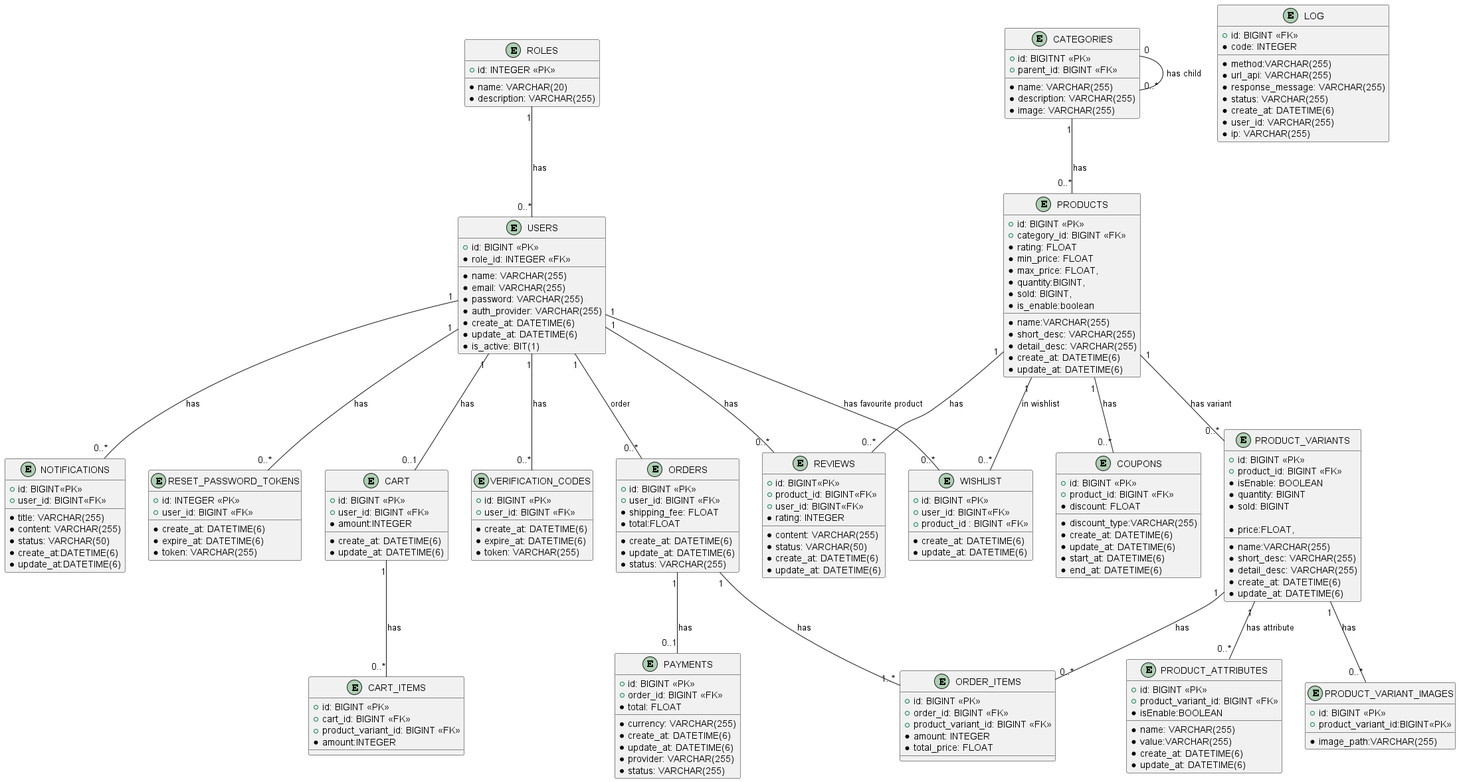
The PlantUML diagram out/data_diagram/data_diagram.png in BinhUIT/web_ban_hang, before a commit. The source it was exported from:
```plantuml
@startuml
entity "USERS" {
+id: BIGINT <<PK>>
*name: VARCHAR(255)
*email: VARCHAR(255)
*password: VARCHAR(255)
*auth_provider: VARCHAR(255)
*role_id: INTEGER <<FK>>
*create_at: DATETIME(6)
*update_at: DATETIME(6)
*is_active: BIT(1)
}
entity "VERIFICATION_CODES" {
  +id: BIGINT <<PK>>
  +user_id: BIGINT <<FK>>
  *create_at: DATETIME(6)
  *expire_at: DATETIME(6)
  *token: VARCHAR(255)
}
USERS "1" -- "0..*" VERIFICATION_CODES : has
entity "ROLES" {
+id: INTEGER <<PK>>
*name: VARCHAR(20)
*description: VARCHAR(255)
}
ROLES "1" --"0..*" USERS : has
entity "RESET_PASSWORD_TOKENS" {
  +id: INTEGER <<PK>>
  +user_id: BIGINT <<FK>>
  *create_at: DATETIME(6)
  *expire_at: DATETIME(6)
  *token: VARCHAR(255)
}
USERS "1" -- "0..*" RESET_PASSWORD_TOKENS : has
entity "CATEGORIES" {
+id: BIGITNT <<PK>>
*name: VARCHAR(255)
*description: VARCHAR(255)
*image: VARCHAR(255)
+parent_id: BIGINT <<FK>>
}
CATEGORIES "0" --"0..*" CATEGORIES: has child
entity "PRODUCTS" {
+id: BIGINT <<PK>>
+category_id: BIGINT <<FK>>
*name:VARCHAR(255)
*short_desc: VARCHAR(255)
*detail_desc: VARCHAR(255)
*create_at: DATETIME(6)
*update_at: DATETIME(6)
*rating: FLOAT
*min_price: FLOAT
*max_price: FLOAT,
*quantity:BIGINT,
*sold: BIGINT,
*is_enable:boolean
}
CATEGORIES "1" -- "0..*" PRODUCTS : has
entity "PRODUCT_VARIANTS" {
+id: BIGINT <<PK>>
+product_id: BIGINT <<FK>>
*name:VARCHAR(255)
*short_desc: VARCHAR(255)
*detail_desc: VARCHAR(255)
*create_at: DATETIME(6)
*update_at: DATETIME(6)
*isEnable: BOOLEAN
*quantity: BIGINT
*sold: BIGINT

*price:FLOAT,

}

PRODUCTS "1" --"0..*" PRODUCT_VARIANTS: has variant

entity "PRODUCT_ATTRIBUTES" {
+id: BIGINT <<PK>>
+product_variant_id: BIGINT <<FK>>
*name: VARCHAR(255)
*value:VARCHAR(255)
*create_at: DATETIME(6)
*update_at: DATETIME(6)
*isEnable:BOOLEAN
}
entity "LOG" {
  +id: BIGINT <<FK>>
  *method:VARCHAR(255)
  *url_api: VARCHAR(255)
  *response_message: VARCHAR(255)
  *code: INTEGER
  *status: VARCHAR(255)
  *create_at: DATETIME(6)
  *user_id: VARCHAR(255)
  *ip: VARCHAR(255)
}



PRODUCT_VARIANTS "1" -- "0..*" PRODUCT_ATTRIBUTES: has attribute
 entity "WISHLIST" {
 +id: BIGINT <<PK>>
 +user_id: BIGINT<<FK>>
 +product_id : BIGINT <<FK>>
 *create_at: DATETIME(6)
*update_at: DATETIME(6)
 }
 USERS "1" -- "0..*" WISHLIST: has favourite product
 PRODUCTS "1" --"0..*" WISHLIST: in wishlist

 entity "CART" {
 +id: BIGINT <<PK>>
 +user_id: BIGINT <<FK>>
 *amount:INTEGER
 *create_at: DATETIME(6)
*update_at: DATETIME(6)
 }
 USERS "1" -- "0..1" CART: has
 entity "CART_ITEMS" {
 +id: BIGINT <<PK>>
 +cart_id: BIGINT <<FK>>
 +product_variant_id: BIGINT <<FK>>
 *amount:INTEGER
 }
 CART "1" -- "0..*" CART_ITEMS: has
 entity "ORDERS" {
 +id: BIGINT <<PK>>
 +user_id: BIGINT <<FK>>
 *create_at: DATETIME(6)
 *update_at: DATETIME(6)
 *status: VARCHAR(255)
 *shipping_fee: FLOAT
 *total:FLOAT
 }
 USERS "1" -- "0..*" ORDERS: order
 entity "ORDER_ITEMS" {
 +id: BIGINT <<PK>>
 +order_id: BIGINT <<FK>>
 +product_variant_id: BIGINT <<FK>>
 *amount: INTEGER
 *total_price: FLOAT
 }
 ORDERS "1" --"1..*" ORDER_ITEMS: has
 PRODUCT_VARIANTS "1" -- "0..*" ORDER_ITEMS: has
 entity "PAYMENTS" {
 +id: BIGINT <<PK>>
 +order_id: BIGINT <<FK>>
 *currency: VARCHAR(255)
 *total: FLOAT
 *create_at: DATETIME(6)
 *update_at: DATETIME(6)
 *provider: VARCHAR(255)
 *status: VARCHAR(255)
 }
 ORDERS "1" --"0..1" PAYMENTS: has

entity "COUPONS" {
  +id: BIGINT <<PK>>
  *discount_type:VARCHAR(255)
  +product_id: BIGINT <<FK>>
  *discount: FLOAT
  *create_at: DATETIME(6)
  *update_at: DATETIME(6)
  *start_at: DATETIME(6)
  *end_at: DATETIME(6)
}
PRODUCTS "1" -- "0..*" COUPONS: has

entity "REVIEWS" {
    +id: BIGINT<<PK>>
    +product_id: BIGINT<<FK>>
    +user_id: BIGINT<<FK>>
    *rating: INTEGER
    *content: VARCHAR(255)
    *status: VARCHAR(50)
    *create_at: DATETIME(6)
    *update_at: DATETIME(6)

}
entity "PRODUCT_VARIANT_IMAGES" {
  +id: BIGINT <<PK>>
  +product_variant_id:BIGINT<<PK>>
  *image_path:VARCHAR(255)
}
PRODUCT_VARIANTS "1"--"0..*" PRODUCT_VARIANT_IMAGES: has
PRODUCTS "1" -- "0..*" REVIEWS: has
USERS "1" -- "0..*" REVIEWS: has
entity "NOTIFICATIONS" {
    +id: BIGINT<<PK>>
    +user_id: BIGINT<<FK>>
    *title: VARCHAR(255)
    *content: VARCHAR(255)
    *status: VARCHAR(50)
    *create_at:DATETIME(6)
    *update_at:DATETIME(6)
}
USERS "1" --"0..*" NOTIFICATIONS: has

@enduml
```
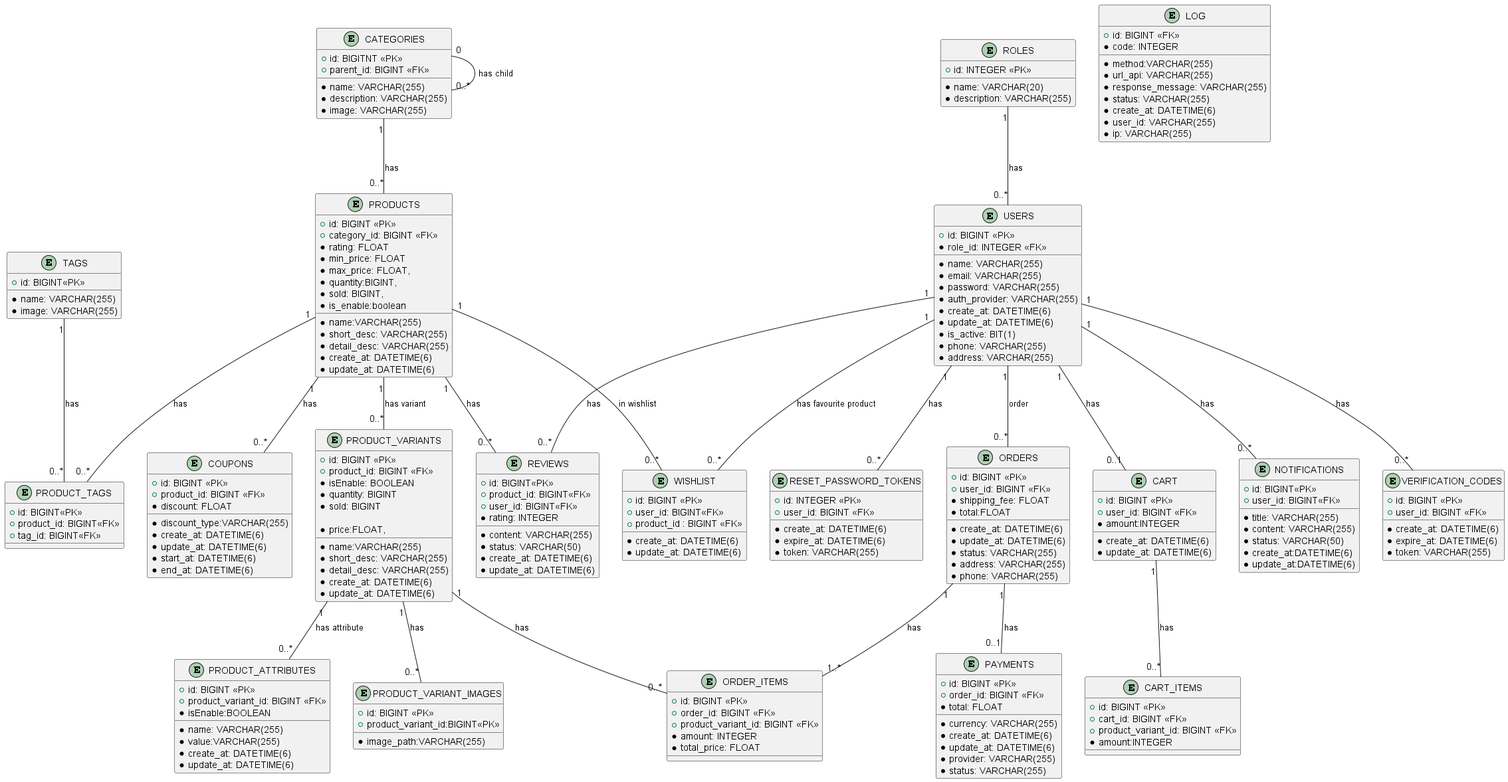
Later version of the same file.

Diff of the diagram source:
```diff
@@ -9,6 +9,8 @@
 *create_at: DATETIME(6)
 *update_at: DATETIME(6)
 *is_active: BIT(1)
+*phone: VARCHAR(255)
+*address: VARCHAR(255)
 }
 entity "VERIFICATION_CODES" {
   +id: BIGINT <<PK>>
@@ -131,6 +133,8 @@
  *status: VARCHAR(255)
  *shipping_fee: FLOAT
  *total:FLOAT
+ *address: VARCHAR(255)
+ *phone: VARCHAR(255)
  }
  USERS "1" -- "0..*" ORDERS: order
  entity "ORDER_ITEMS" {
@@ -195,5 +199,16 @@
     *update_at:DATETIME(6)
 }
 USERS "1" --"0..*" NOTIFICATIONS: has
-
+entity "TAGS" {
+  +id: BIGINT<<PK>>
+  *name: VARCHAR(255)
+  *image: VARCHAR(255)
+}
+entity "PRODUCT_TAGS" {
+  +id: BIGINT<<PK>>
+  +product_id: BIGINT<<FK>>
+  +tag_id: BIGINT<<FK>>
+}
+PRODUCTS "1" -- "0..*" PRODUCT_TAGS: has
+TAGS "1" -- "0..*" PRODUCT_TAGS: has
 @enduml
```
